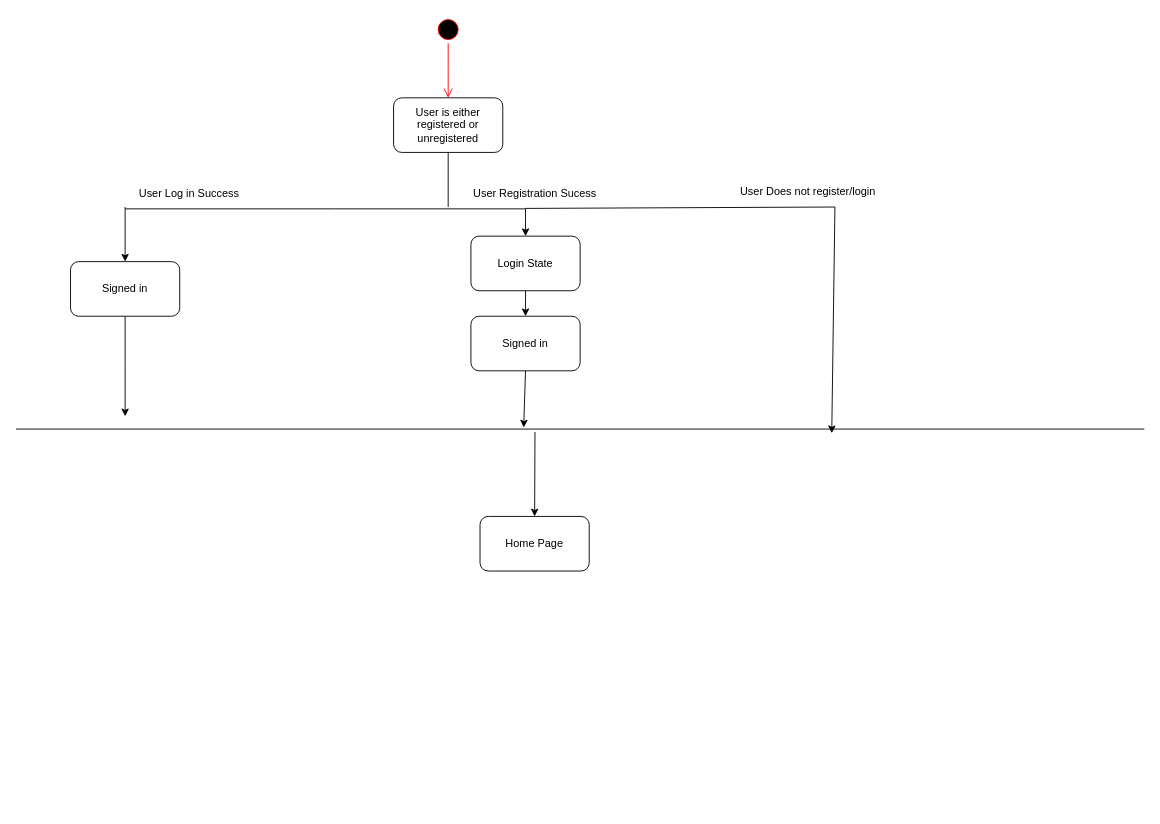
Before: views/State Diagram.drawio in AksharNana/QuizPlatform-Docs, a draw.io diagram. Source tidied: cells renumbered, new cells numbered last; positions are measured from the earlier drawing's top-left corner, leaving out a move shared by most shapes. Both pictures are drawn from the tidied source at 91%, with x=0, y=0 at pixel (15, 15).
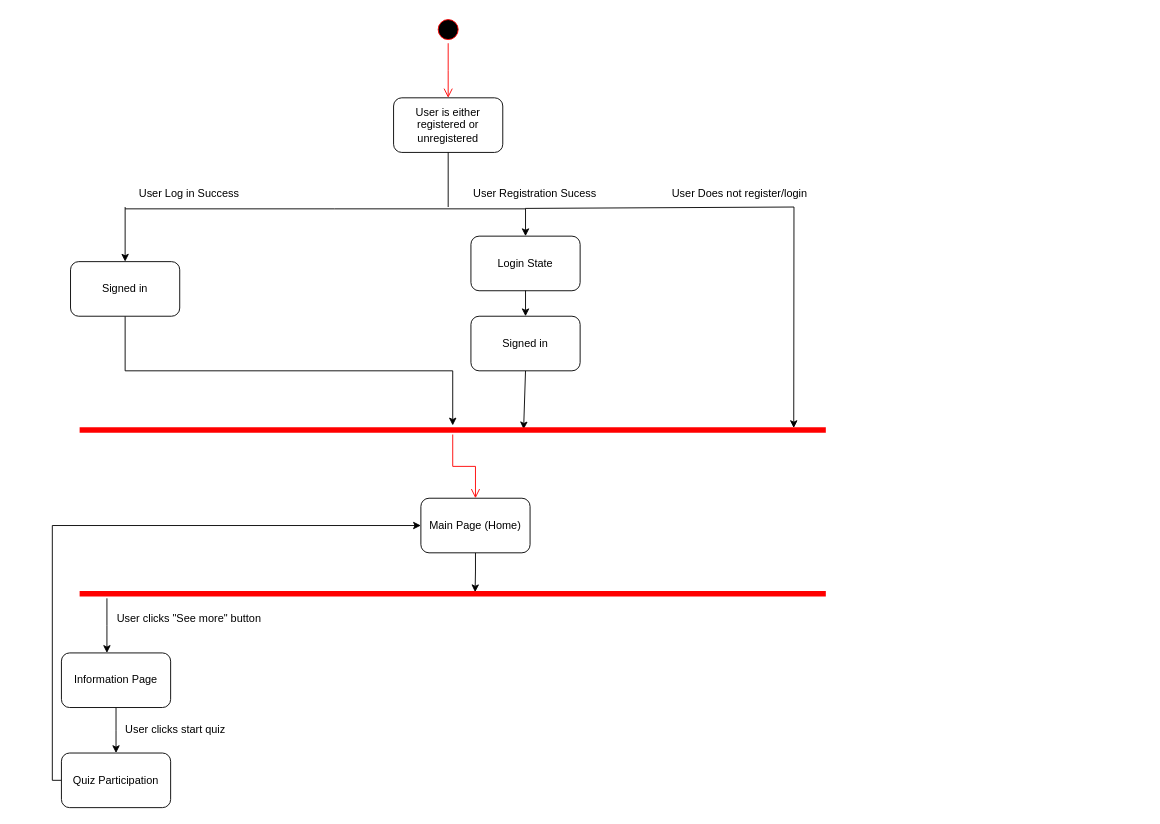
After the change.

Unchanged cells that the change refers to:
```xml
<mxCell id="8" value="User Registration Sucess" style="text;html=1;align=center;verticalAlign=middle;points=[];strokeColor=none;fillColor=none;" parent="1" vertex="1">
  <mxGeometry x="490" y="180" width="160" height="30" as="geometry" />
</mxCell>
<mxCell id="13" value="Signed in" style="rounded=1;whiteSpace=wrap;html=1;" parent="1" vertex="1">
  <mxGeometry x="60" y="270" width="120" height="60" as="geometry" />
</mxCell>
<mxCell id="18" value="Signed in" style="rounded=1;whiteSpace=wrap;html=1;" parent="1" vertex="1">
  <mxGeometry x="500" y="330" width="120" height="60" as="geometry" />
</mxCell>
```

What changed in the source:
```diff
@@
-    <mxCell id="10" style="endArrow=classic;html=1;rounded=0;exitX=0.5;exitY=1;exitDx=0;exitDy=0;entryX=0.45;entryY=0.286;entryDx=0;entryDy=0;entryPerimeter=0;" parent="1" edge="1" source="18" target="14">
+    <mxCell id="10" style="endArrow=classic;html=1;rounded=0;exitX=0.5;exitY=1;exitDx=0;exitDy=0;entryX=0.595;entryY=0.429;entryDx=0;entryDy=0;entryPerimeter=0;" parent="1" edge="1" source="18" target="24">
       <mxGeometry relative="1" as="geometry" />
     </mxCell>
@@
-    <mxCell id="12" style="edgeStyle=orthogonalEdgeStyle;rounded=0;jettySize=auto;html=1;" parent="1" edge="1" source="13">
-      <mxGeometry relative="1" as="geometry">
-        <mxPoint x="120" y="440" as="targetPoint" />
-      </mxGeometry>
+    <mxCell id="12" style="edgeStyle=orthogonalEdgeStyle;rounded=0;jettySize=auto;html=1;" parent="1" edge="1" source="13" target="24">
+      <mxGeometry relative="1" as="geometry" />
     </mxCell>
@@
-    <mxCell id="14" style="line;strokeWidth=1;fillColor=none;align=left;verticalAlign=middle;spacingTop=-1;spacingLeft=3;spacingRight=3;labelPosition=right;points=[];portConstraint=eastwest;strokeColor=inherit;" parent="1" vertex="1">
-      <mxGeometry y="450" width="1240" height="8" as="geometry" />
-    </mxCell>
@@
+    <mxCell id="23" style="edgeStyle=orthogonalEdgeStyle;rounded=0;jettySize=auto;html=1;exitX=0.5;exitY=1;exitDx=0;exitDy=0;entryX=0.53;entryY=0.327;entryDx=0;entryDy=0;entryPerimeter=0;" parent="1" edge="1" source="19" target="27">
+      <mxGeometry relative="1" as="geometry" />
+    </mxCell>
-    <mxCell id="19" value="Home Page" style="rounded=1;whiteSpace=wrap;html=1;" parent="1" vertex="1">
-      <mxGeometry x="510" y="550" width="120" height="60" as="geometry" />
+    <mxCell id="19" value="Main Page (Home)" style="rounded=1;whiteSpace=wrap;html=1;" parent="1" vertex="1">
+      <mxGeometry x="445" y="530" width="120" height="60" as="geometry" />
     </mxCell>
-    <mxCell id="20" style="endArrow=classic;html=1;rounded=0;exitX=0.435;exitY=1.051;exitDx=0;exitDy=0;exitPerimeter=0;entryX=0.723;entryY=1.071;entryDx=0;entryDy=0;entryPerimeter=0;" parent="1" edge="1" source="8" target="14">
+    <mxCell id="20" style="endArrow=classic;html=1;rounded=0;exitX=0.435;exitY=1.051;exitDx=0;exitDy=0;exitPerimeter=0;entryX=0.957;entryY=0.286;entryDx=0;entryDy=0;entryPerimeter=0;" parent="1" edge="1" source="8" target="24">
       <mxGeometry relative="1" as="geometry">
         <Array as="points">
-          <mxPoint x="900" y="210" />
+          <mxPoint x="855" y="210" />
         </Array>
       </mxGeometry>
     </mxCell>
     <mxCell id="21" value="User Does not register/login" style="text;html=1;align=center;verticalAlign=middle;strokeColor=none;fillColor=none;" parent="1" vertex="1">
-      <mxGeometry x="785" y="178" width="170" height="30" as="geometry" />
+      <mxGeometry x="710" y="180" width="170" height="30" as="geometry" />
     </mxCell>
-    <mxCell id="22" style="endArrow=classic;html=1;rounded=0;entryX=0.5;entryY=0;entryDx=0;entryDy=0;exitX=0.46;exitY=0.893;exitDx=0;exitDy=0;exitPerimeter=0;" parent="1" edge="1" source="14" target="19">
-      <mxGeometry relative="1" as="geometry" />
-    </mxCell>
+    <mxCell id="24" style="shape=line;html=1;strokeWidth=6;strokeColor=#ff0000;" parent="1" vertex="1">
+      <mxGeometry x="70" y="450" width="820" height="10" as="geometry" />
+    </mxCell>
+    <mxCell id="25" style="edgeStyle=orthogonalEdgeStyle;html=1;verticalAlign=bottom;endArrow=open;endSize=8;strokeColor=#ff0000;rounded=0;entryX=0.5;entryY=0;entryDx=0;entryDy=0;" parent="1" edge="1" source="24" target="19">
+      <mxGeometry relative="1" as="geometry" />
+    </mxCell>
+    <mxCell id="26" style="edgeStyle=orthogonalEdgeStyle;rounded=0;jettySize=auto;html=1;" parent="1" edge="1" source="27">
+      <mxGeometry relative="1" as="geometry">
+        <mxPoint x="100" y="700" as="targetPoint" />
+        <Array as="points">
+          <mxPoint x="100" y="670" />
+          <mxPoint x="100" y="670" />
+        </Array>
+      </mxGeometry>
+    </mxCell>
+    <mxCell id="27" style="shape=line;html=1;strokeWidth=6;strokeColor=#ff0000;" parent="1" vertex="1">
+      <mxGeometry x="70" y="630" width="820" height="10" as="geometry" />
+    </mxCell>
+    <mxCell id="28" value="User clicks &quot;See more&quot; button" style="text;html=1;align=center;verticalAlign=middle;strokeColor=none;fillColor=none;" parent="1" vertex="1">
+      <mxGeometry x="100" y="648" width="180" height="30" as="geometry" />
+    </mxCell>
+    <mxCell id="29" style="edgeStyle=orthogonalEdgeStyle;rounded=0;jettySize=auto;html=1;" parent="1" edge="1" source="30">
+      <mxGeometry relative="1" as="geometry">
+        <mxPoint x="110" y="810" as="targetPoint" />
+      </mxGeometry>
+    </mxCell>
+    <mxCell id="30" value="Information Page" style="rounded=1;whiteSpace=wrap;html=1;" parent="1" vertex="1">
+      <mxGeometry x="50" y="700" width="120" height="60" as="geometry" />
+    </mxCell>
+    <mxCell id="31" style="edgeStyle=orthogonalEdgeStyle;rounded=0;jettySize=auto;html=1;entryX=0;entryY=0.5;entryDx=0;entryDy=0;" parent="1" edge="1" source="32" target="19">
+      <mxGeometry relative="1" as="geometry">
+        <Array as="points">
+          <mxPoint x="40" y="840" />
+          <mxPoint x="40" y="560" />
+        </Array>
+      </mxGeometry>
+    </mxCell>
+    <mxCell id="32" value="Quiz Participation" style="rounded=1;whiteSpace=wrap;html=1;" parent="1" vertex="1">
+      <mxGeometry x="50" y="810" width="120" height="60" as="geometry" />
+    </mxCell>
+    <mxCell id="33" value="User clicks start quiz" style="text;html=1;align=center;verticalAlign=middle;strokeColor=none;fillColor=none;" parent="1" vertex="1">
+      <mxGeometry x="110" y="770" width="130" height="30" as="geometry" />
+    </mxCell>
```
